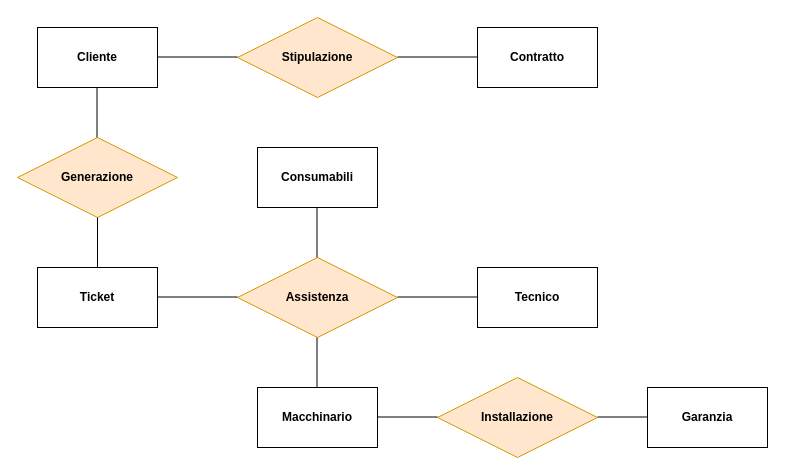
Before: Diagrammi/schema scheletro.drawio in fedeStaffo/Progetto_Basi_di_dati, a draw.io diagram. Source tidied: cells renumbered, new cells numbered last; positions are measured from the earlier drawing's top-left corner, leaving out a move shared by most shapes. Both pictures are drawn from the tidied source at 100%, with x=0, y=0 at pixel (17, 17).
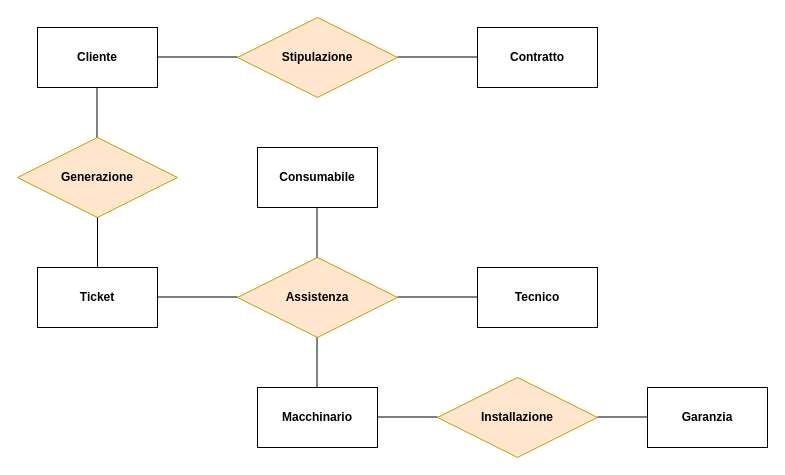
After the change.

Commit message (it also covers changes not shown here):
corretto errore

Change to the diagram source:
```diff
@@
-    <mxCell id="7" value="&lt;b&gt;Consumabili&lt;/b&gt;" style="rounded=0;whiteSpace=wrap;html=1;" parent="1" vertex="1">
+    <mxCell id="7" value="&lt;b&gt;Consumabile&lt;/b&gt;" style="rounded=0;whiteSpace=wrap;html=1;" parent="1" vertex="1">
       <mxGeometry x="240" y="130" width="120" height="60" as="geometry" />
     </mxCell>
```
